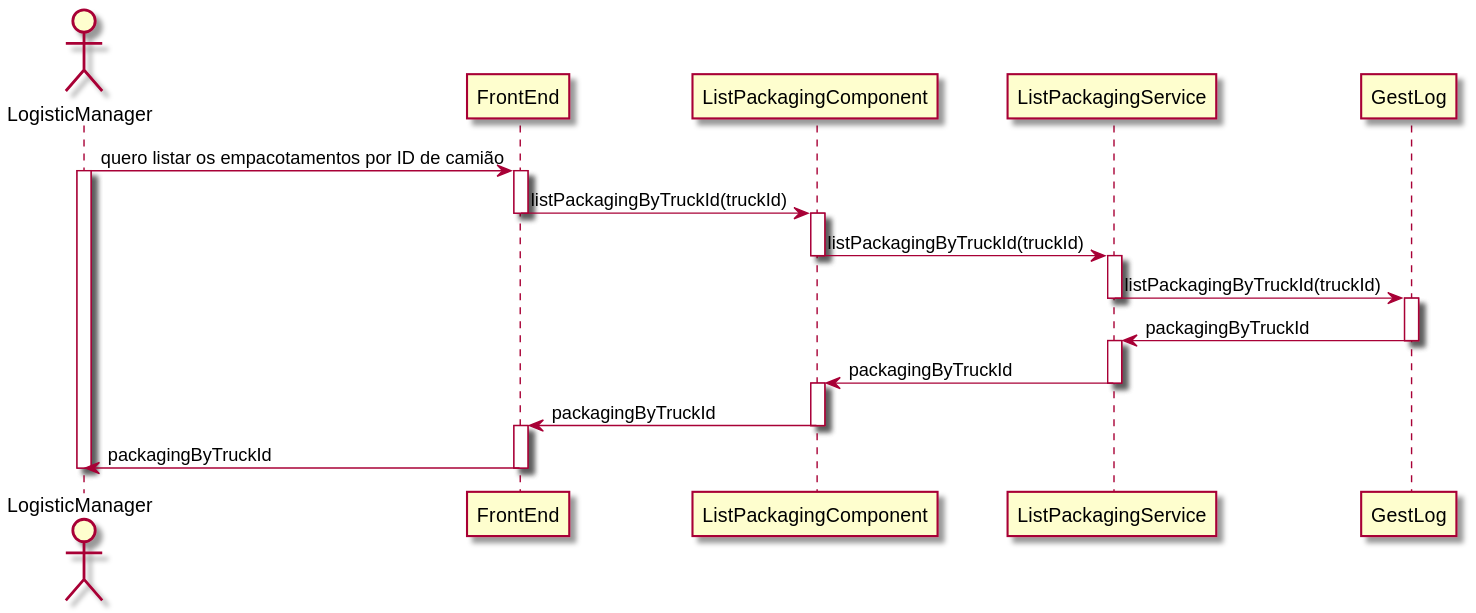
Above: Wiki/FrontEnd_Wiki/UseCases/List Packaging/N3_VP_alt2.svg in MarianaCLages/LAPR5 (PlantUML), before the change.
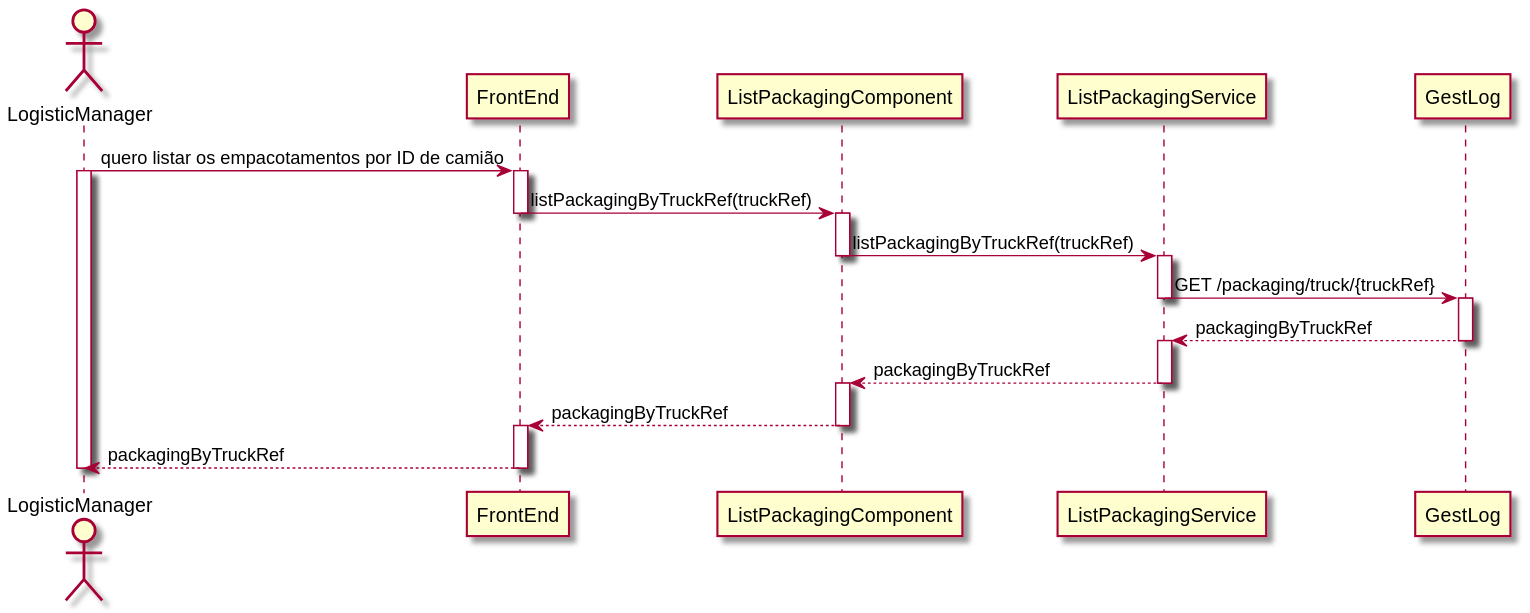
After the commit.

Change to the diagram source:
```diff
@@ -9,25 +9,25 @@
 LogisticManager -> FrontEnd : quero listar os empacotamentos por ID de camião
 activate FrontEnd
 activate LogisticManager
-FrontEnd -> ListPackagingComponent : listPackagingByTruckId(truckId)
+FrontEnd -> ListPackagingComponent : listPackagingByTruckRef(truckRef)
 deactivate FrontEnd
 activate ListPackagingComponent
-ListPackagingComponent -> ListPackagingService : listPackagingByTruckId(truckId)
+ListPackagingComponent -> ListPackagingService : listPackagingByTruckRef(truckRef)
 deactivate ListPackagingComponent
 activate ListPackagingService
-ListPackagingService -> GestLog : listPackagingByTruckId(truckId)
+ListPackagingService -> GestLog : GET /packaging/truck/{truckRef}
 deactivate ListPackagingService
 activate GestLog
-GestLog -> ListPackagingService : packagingByTruckId
+GestLog --> ListPackagingService : packagingByTruckRef
 deactivate GestLog
 activate ListPackagingService
-ListPackagingService -> ListPackagingComponent : packagingByTruckId
+ListPackagingService --> ListPackagingComponent : packagingByTruckRef
 deactivate ListPackagingService
 activate ListPackagingComponent
-ListPackagingComponent -> FrontEnd : packagingByTruckId
+ListPackagingComponent --> FrontEnd : packagingByTruckRef
 deactivate ListPackagingComponent
 activate FrontEnd
-FrontEnd -> LogisticManager : packagingByTruckId
+FrontEnd --> LogisticManager : packagingByTruckRef
 deactivate FrontEnd
 deactivate LogisticManager
 
```
